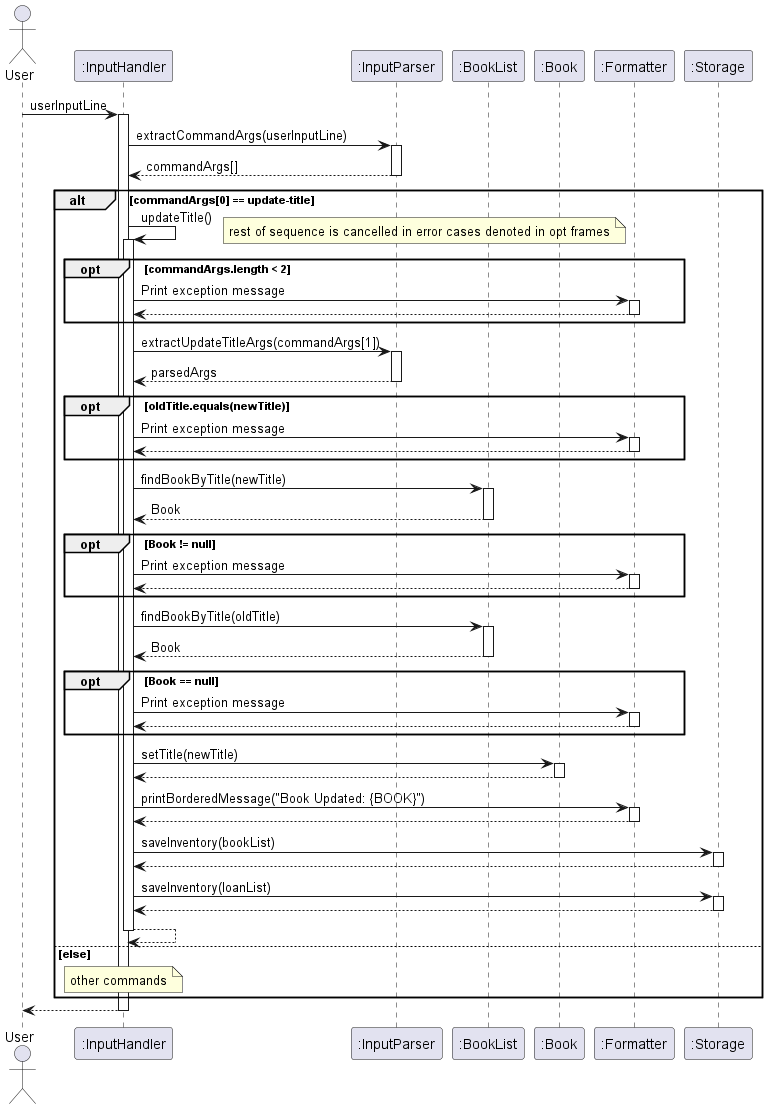
Before: docs/images/updateTitle.png, a diagram exported from PlantUML (AY2425S2-CS2113-T12-2/tp). Its diagram source:
```plantuml
@startuml
actor User
participant InputHandler as ":InputHandler"
participant InputParser as ":InputParser"
participant BookList as ":BookList"
participant Book as ":Book"
participant Formatter as ":Formatter"
participant Storage as ":Storage"

User -> InputHandler: userInputLine
activate InputHandler

InputHandler -> InputParser: extractCommandArgs(userInputLine)
activate InputParser

InputParser --> InputHandler: commandArgs[]
deactivate InputParser

alt commandArgs[0] == update-title
    InputHandler -> InputHandler : updateTitle()
    activate InputHandler

    opt commandArgs.length < 2
        note right
        rest of sequence is cancelled in error cases denoted in opt frames
        end note
        InputHandler -> Formatter: Print exception message
        activate Formatter
        Formatter --> InputHandler
        deactivate Formatter
    end

    InputHandler -> InputParser: extractUpdateTitleArgs(commandArgs[1])
    activate InputParser

    InputParser --> InputHandler: parsedArgs
    deactivate InputParser

   opt oldTitle.equals(newTitle)
        InputHandler -> Formatter: Print exception message
        activate Formatter
        Formatter --> InputHandler
        deactivate Formatter
    end

    InputHandler -> BookList: findBookByTitle(newTitle)
    activate BookList

    BookList --> InputHandler: Book
    deactivate BookList

    opt Book != null
        InputHandler -> Formatter: Print exception message
        activate Formatter
        Formatter --> InputHandler
        deactivate Formatter
    end

    InputHandler -> BookList: findBookByTitle(oldTitle)
    activate BookList

    BookList --> InputHandler: Book
    deactivate BookList

    opt Book == null
        InputHandler -> Formatter: Print exception message
        activate Formatter
        Formatter --> InputHandler
        deactivate Formatter
    end
    InputHandler -> Book : setTitle(newTitle)
    activate Book
    Book --> InputHandler
    deactivate Book

    InputHandler -> Formatter: printBorderedMessage("Book Updated: {BOOK}")
    activate Formatter

    Formatter --> InputHandler
    deactivate Formatter

    InputHandler -> Storage: saveInventory(bookList)
    activate Storage

    Storage --> InputHandler
    deactivate Storage

    InputHandler -> Storage: saveInventory(loanList)
    activate Storage

    Storage --> InputHandler
    deactivate Storage

InputHandler --> InputHandler
deactivate InputHandler

else else
    note over InputHandler : other commands
end

InputHandler --> User
deactivate InputHandler
@enduml
```
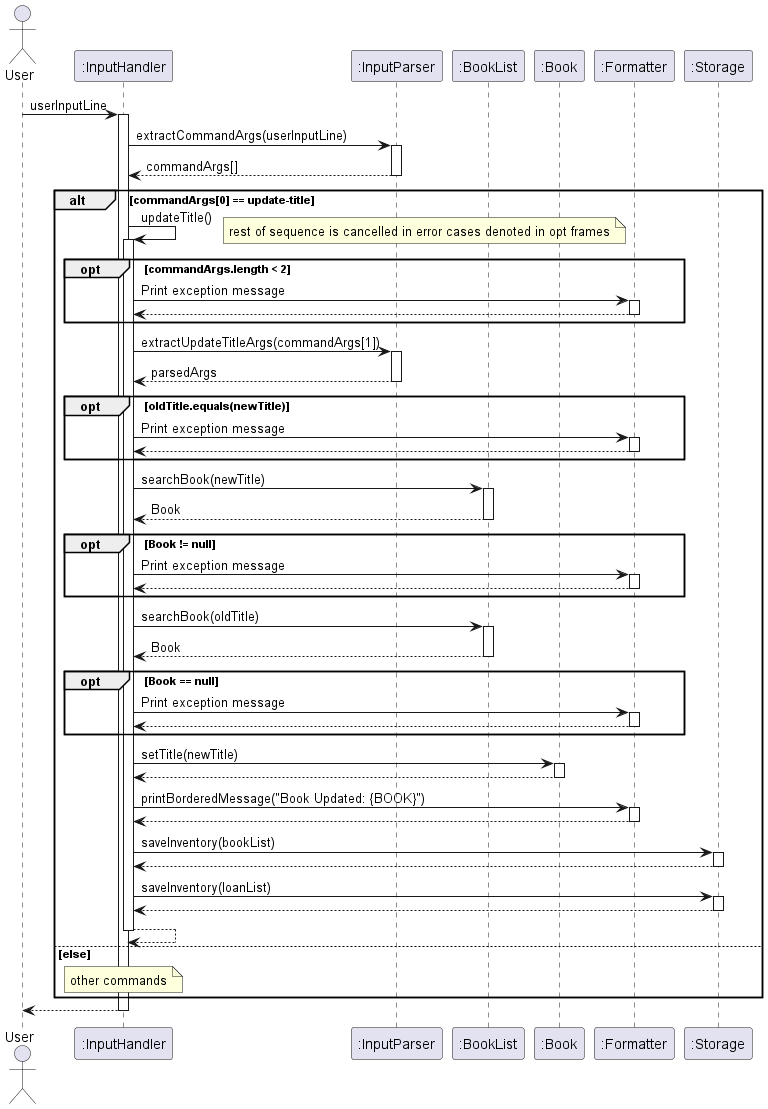
After the change.

Commit message:
Update all sequence diagrams to use searchBook

Change to the diagram source:
```diff
@@ -43,7 +43,7 @@
         deactivate Formatter
     end
 
-    InputHandler -> BookList: findBookByTitle(newTitle)
+    InputHandler -> BookList: searchBook(newTitle)
     activate BookList
 
     BookList --> InputHandler: Book
@@ -56,7 +56,7 @@
         deactivate Formatter
     end
 
-    InputHandler -> BookList: findBookByTitle(oldTitle)
+    InputHandler -> BookList: searchBook(oldTitle)
     activate BookList
 
     BookList --> InputHandler: Book
```
